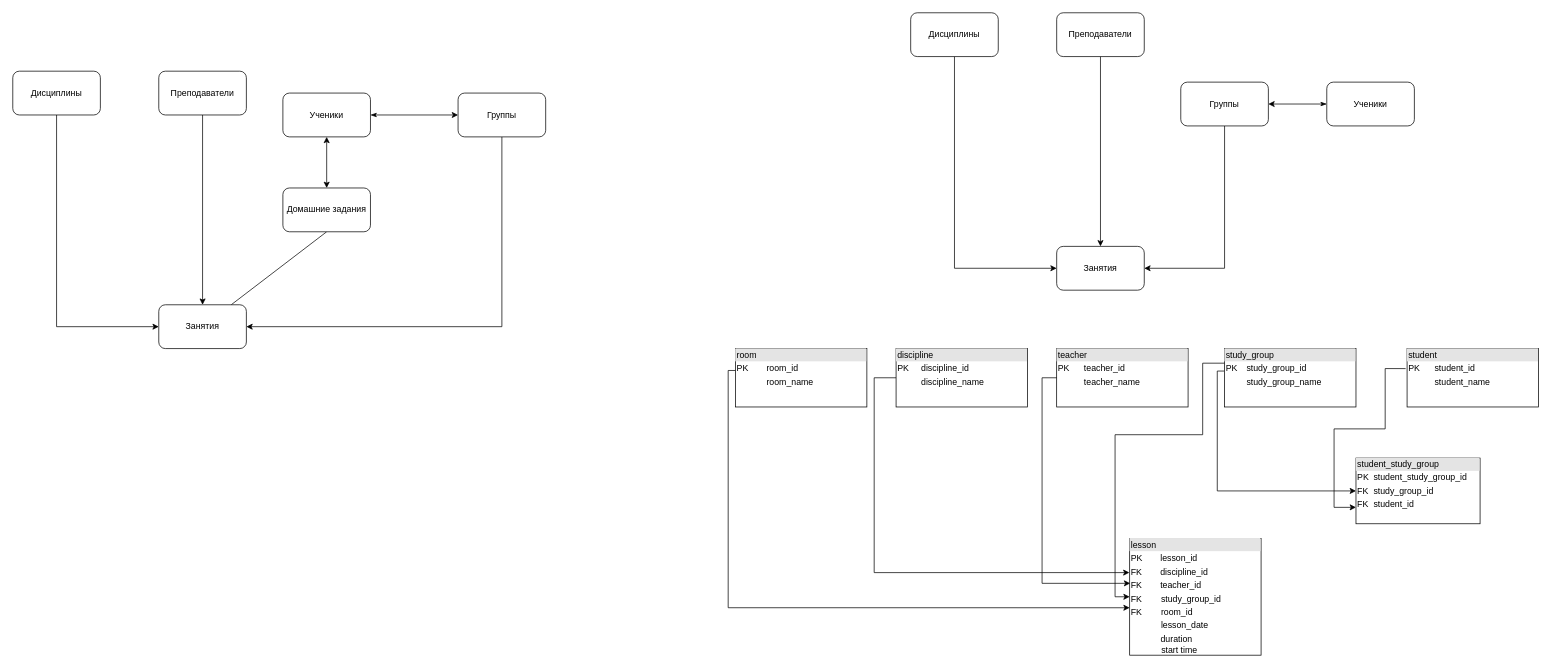
Before: web_final.drawio in flouressaint/myDiagrams, a draw.io diagram. Source tidied: cells renumbered, new cells numbered last; positions are measured from the earlier drawing's top-left corner, leaving out a move shared by most shapes. Both pictures are drawn from the tidied source at 73%, with x=0, y=0 at pixel (12, 12).
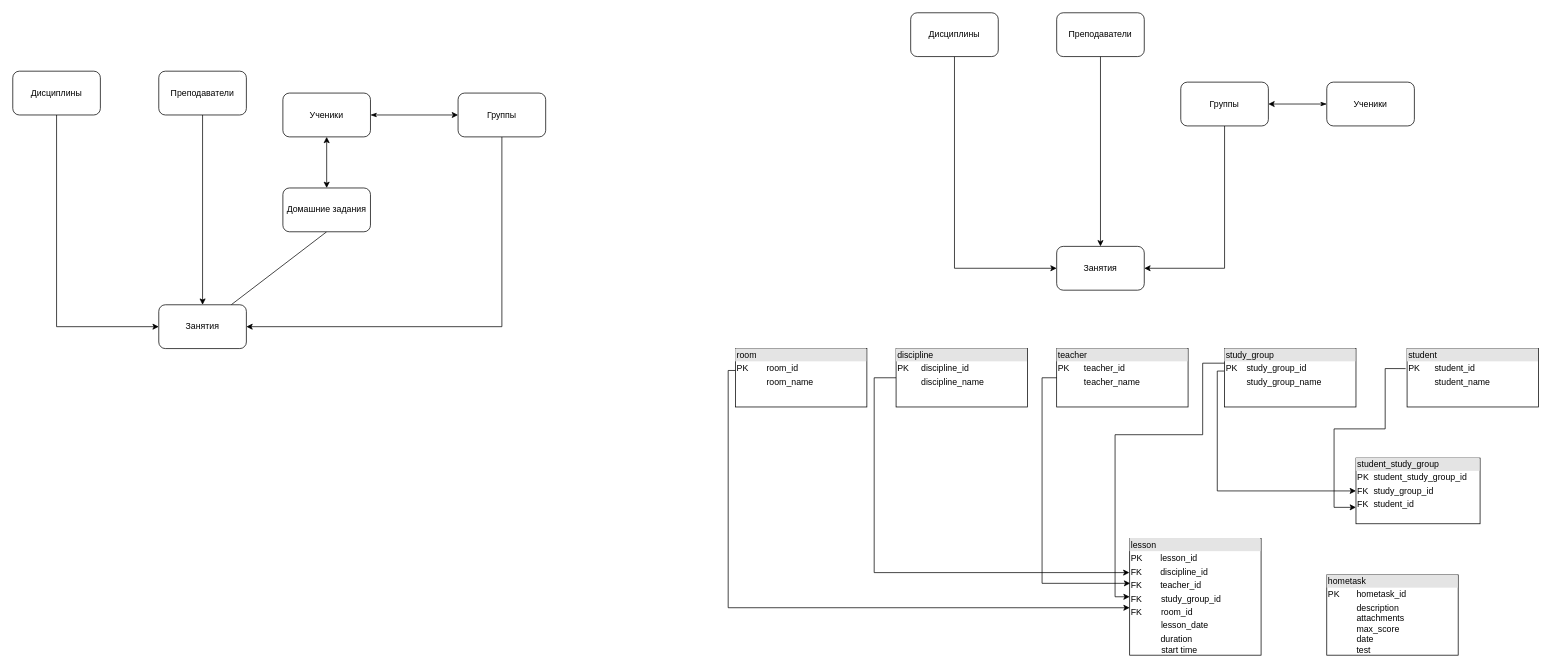
Above is the later version.

Diff of the diagram source:
```diff
@@
+    <mxCell id="36" value="&lt;div style=&quot;box-sizing:border-box;width:100%;background:#e4e4e4;padding:2px;&quot;&gt;hometask&lt;/div&gt;&lt;table style=&quot;width:100%;font-size:1em;&quot; cellpadding=&quot;2&quot; cellspacing=&quot;0&quot;&gt;&lt;tbody&gt;&lt;tr&gt;&lt;td&gt;PK&lt;/td&gt;&lt;td&gt;hometask_id&lt;/td&gt;&lt;/tr&gt;&lt;tr&gt;&lt;td&gt;&lt;br&gt;&lt;/td&gt;&lt;td&gt;description&lt;br&gt;attachments&lt;br&gt;max_score&lt;br&gt;date&lt;br&gt;test&lt;/td&gt;&lt;/tr&gt;&lt;tr&gt;&lt;td&gt;&lt;/td&gt;&lt;td&gt;&lt;br&gt;&lt;/td&gt;&lt;/tr&gt;&lt;/tbody&gt;&lt;/table&gt;" style="verticalAlign=top;align=left;overflow=fill;html=1;whiteSpace=wrap;" parent="1" vertex="1">
+      <mxGeometry x="1800" y="770" width="180" height="110" as="geometry" />
+    </mxCell>
```
